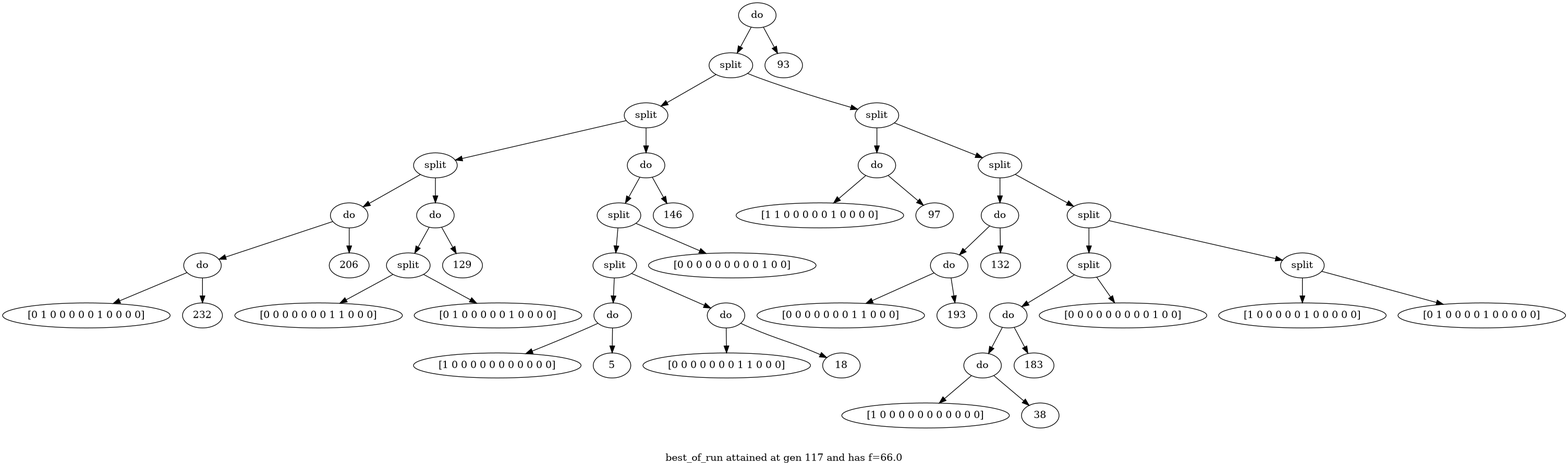
This is best_of_run_V2_PD.gv.png from BryanAnderson2019/dissertation, a Graphviz export, as it was before one commit. Its source is kept beside it as best_of_run_V2_PD.gv.
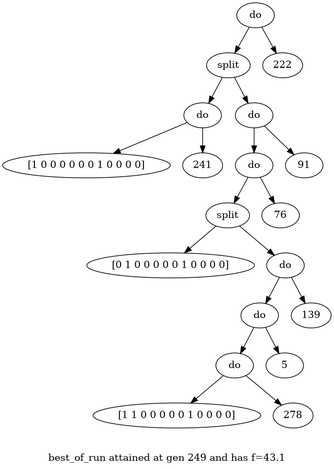
After the change.

Diff of the diagram source:
```diff
@@ -1,98 +1,42 @@
 digraph {
 	graph [label="
 
-best_of_run attained at gen 117 and has f=66.0"]
+best_of_run attained at gen 249 and has f=43.1"]
 	0 [label=do]
 	0 -> 1
 	1 [label=split]
 	1 -> 2
-	2 [label=split]
+	2 [label=do]
 	2 -> 3
-	3 [label=split]
-	3 -> 4
-	4 [label=do]
-	4 -> 5
+	3 [label="[1 0 0 0 0 0 0 1 0 0 0 0]"]
+	2 -> 4
+	4 [label=241]
+	1 -> 5
 	5 [label=do]
 	5 -> 6
-	6 [label="[0 1 0 0 0 0 0 1 0 0 0 0]"]
-	5 -> 7
-	7 [label=232]
-	4 -> 8
-	8 [label=206]
-	3 -> 9
+	6 [label=do]
+	6 -> 7
+	7 [label=split]
+	7 -> 8
+	8 [label="[0 1 0 0 0 0 0 1 0 0 0 0]"]
+	7 -> 9
 	9 [label=do]
 	9 -> 10
-	10 [label=split]
+	10 [label=do]
 	10 -> 11
-	11 [label="[0 0 0 0 0 0 0 1 1 0 0 0]"]
-	10 -> 12
-	12 [label="[0 1 0 0 0 0 0 1 0 0 0 0]"]
-	9 -> 13
-	13 [label=129]
-	2 -> 14
-	14 [label=do]
-	14 -> 15
-	15 [label=split]
-	15 -> 16
-	16 [label=split]
-	16 -> 17
-	17 [label=do]
-	17 -> 18
-	18 [label="[1 0 0 0 0 0 0 0 0 0 0 0]"]
-	17 -> 19
-	19 [label=5]
-	16 -> 20
-	20 [label=do]
-	20 -> 21
-	21 [label="[0 0 0 0 0 0 0 1 1 0 0 0]"]
-	20 -> 22
-	22 [label=18]
-	15 -> 23
-	23 [label="[0 0 0 0 0 0 0 0 0 1 0 0]"]
-	14 -> 24
-	24 [label=146]
-	1 -> 25
-	25 [label=split]
-	25 -> 26
-	26 [label=do]
-	26 -> 27
-	27 [label="[1 1 0 0 0 0 0 1 0 0 0 0]"]
-	26 -> 28
-	28 [label=97]
-	25 -> 29
-	29 [label=split]
-	29 -> 30
-	30 [label=do]
-	30 -> 31
-	31 [label=do]
-	31 -> 32
-	32 [label="[0 0 0 0 0 0 0 1 1 0 0 0]"]
-	31 -> 33
-	33 [label=193]
-	30 -> 34
-	34 [label=132]
-	29 -> 35
-	35 [label=split]
-	35 -> 36
-	36 [label=split]
-	36 -> 37
-	37 [label=do]
-	37 -> 38
-	38 [label=do]
-	38 -> 39
-	39 [label="[1 0 0 0 0 0 0 0 0 0 0 0]"]
-	38 -> 40
-	40 [label=38]
-	37 -> 41
-	41 [label=183]
-	36 -> 42
-	42 [label="[0 0 0 0 0 0 0 0 0 1 0 0]"]
-	35 -> 43
-	43 [label=split]
-	43 -> 44
-	44 [label="[1 0 0 0 0 0 1 0 0 0 0 0]"]
-	43 -> 45
-	45 [label="[0 1 0 0 0 0 1 0 0 0 0 0]"]
-	0 -> 46
-	46 [label=93]
+	11 [label=do]
+	11 -> 12
+	12 [label="[1 1 0 0 0 0 0 1 0 0 0 0]"]
+	11 -> 13
+	13 [label=278]
+	10 -> 14
+	14 [label=5]
+	9 -> 15
+	15 [label=139]
+	6 -> 16
+	16 [label=76]
+	5 -> 17
+	17 [label=91]
+	0 -> 18
+	18 [label=222]
 }
```
